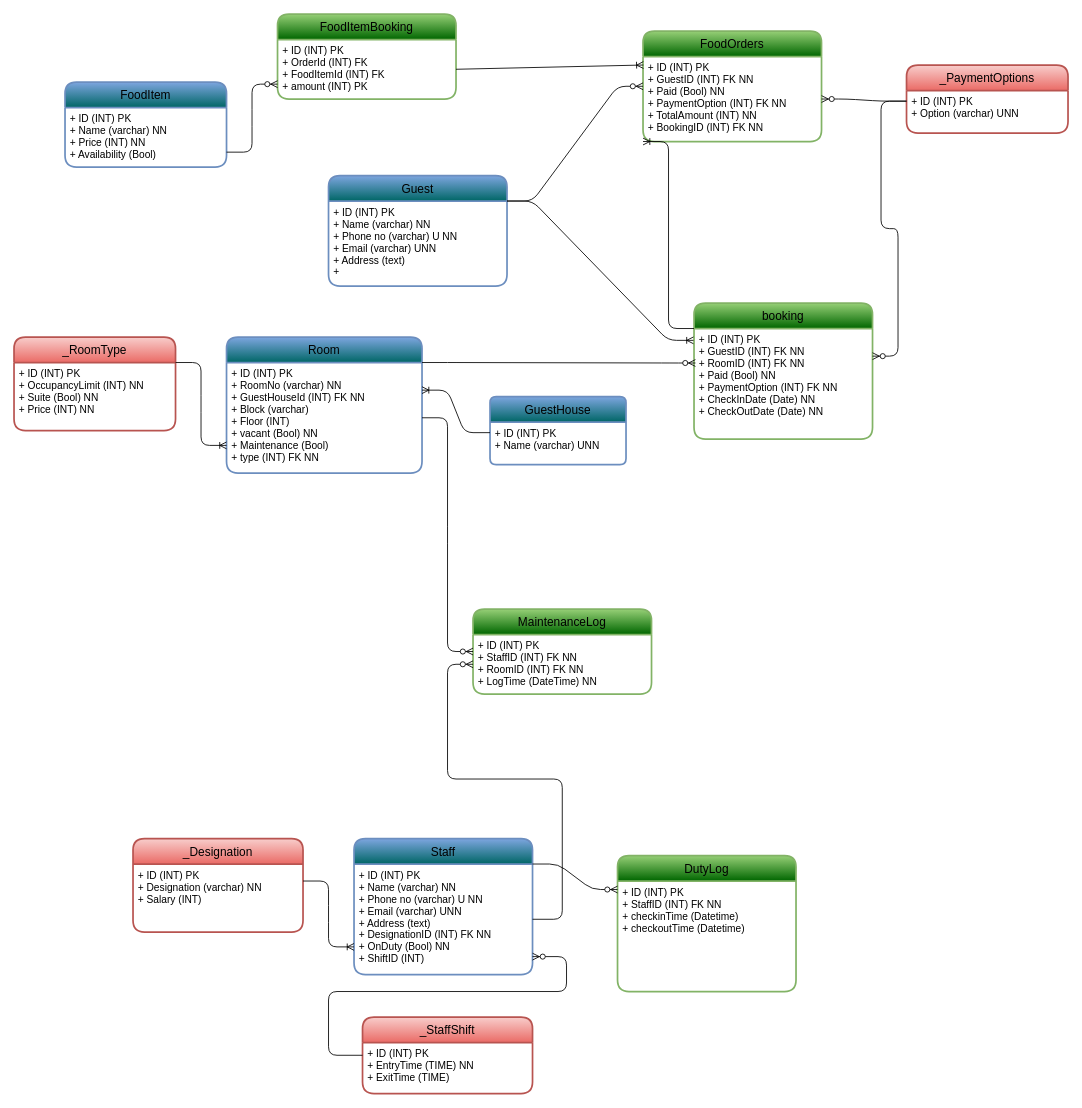
Before: page "GuestHouse Amenities" (1 of 2) of flowchat.drawio in RupakBiswas-2304/dbmsminiproject, a draw.io diagram. Source tidied: cells renumbered, new cells numbered last; positions are measured from the earlier drawing's top-left corner, leaving out a move shared by most shapes. Both pictures are drawn from the tidied source at 85%, with x=0, y=0 at pixel (14, 14).
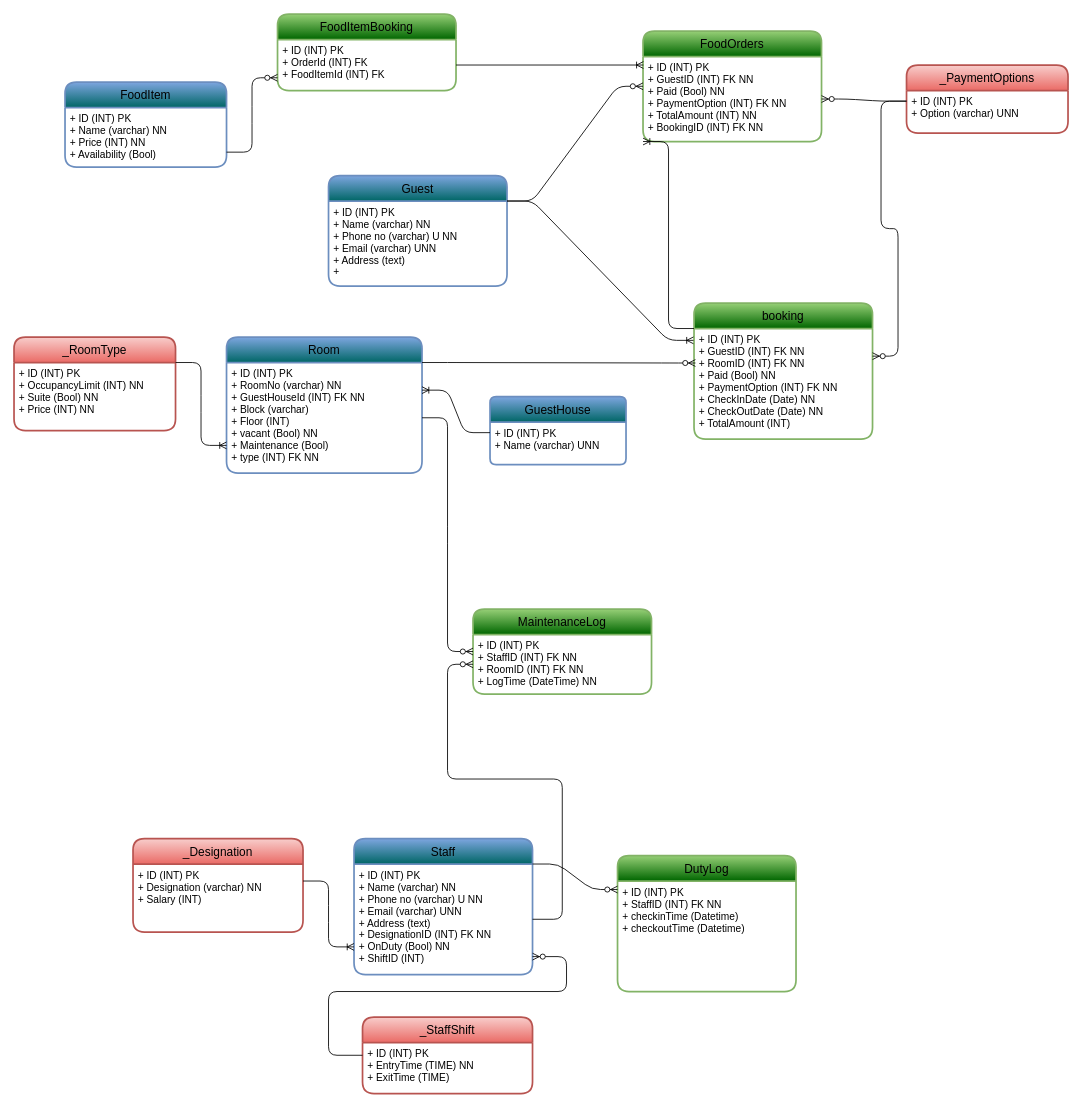
The same diagram, later.

Unchanged cells that the change refers to:
```xml
<mxCell id="8" value="booking" style="swimlane;horizontal=1;startSize=30;rounded=1;fontSize=14;fontStyle=0;strokeWidth=2;shadow=0;dashed=0;align=center;fontFamily=JetBrains Mono;fillColor=#006600;strokeColor=#82b366;gradientColor=#97d077;gradientDirection=north;" parent="1" vertex="1">
  <mxGeometry x="800" y="340" width="210" height="160" as="geometry" />
</mxCell>
```

Diff of the diagram source:
```diff
@@
-    <mxCell id="9" value="+ ID (INT) PK&#10;+ GuestID (INT) FK NN&#10;+ RoomID (INT) FK NN&#10;+ Paid (Bool) NN&#10;+ PaymentOption (INT) FK NN&#10;+ CheckInDate (Date) NN&#10;+ CheckOutDate (Date) NN" style="align=left;strokeColor=none;fillColor=none;spacingLeft=4;fontSize=12;verticalAlign=top;fontFamily=JetBrains Mono;" parent="8" vertex="1">
+    <mxCell id="9" value="+ ID (INT) PK&#10;+ GuestID (INT) FK NN&#10;+ RoomID (INT) FK NN&#10;+ Paid (Bool) NN&#10;+ PaymentOption (INT) FK NN&#10;+ CheckInDate (Date) NN&#10;+ CheckOutDate (Date) NN&#10;+ TotalAmount (INT)" style="align=left;strokeColor=none;fillColor=none;spacingLeft=4;fontSize=12;verticalAlign=top;fontFamily=JetBrains Mono;" parent="8" vertex="1">
       <mxGeometry y="30" width="210" height="130" as="geometry" />
     </mxCell>
@@
     <mxCell id="20" value="FoodItemBooking" style="swimlane;horizontal=1;startSize=30;rounded=1;fontSize=14;fontStyle=0;strokeWidth=2;shadow=0;dashed=0;align=center;fontFamily=JetBrains Mono;fillColor=#006600;strokeColor=#82b366;gradientColor=#97d077;gradientDirection=north;" parent="1" vertex="1">
-      <mxGeometry x="310" width="210" height="100" as="geometry" />
+      <mxGeometry x="310" width="210" height="90" as="geometry" />
     </mxCell>
-    <mxCell id="21" value="+ ID (INT) PK&#10;+ OrderId (INT) FK&#10;+ FoodItemId (INT) FK&#10;+ amount (INT) PK " style="align=left;strokeColor=none;fillColor=none;spacingLeft=4;fontSize=12;verticalAlign=top;fontFamily=JetBrains Mono;" parent="20" vertex="1">
-      <mxGeometry y="30" width="210" height="70" as="geometry" />
+    <mxCell id="21" value="+ ID (INT) PK&#10;+ OrderId (INT) FK&#10;+ FoodItemId (INT) FK" style="align=left;strokeColor=none;fillColor=none;spacingLeft=4;fontSize=12;verticalAlign=top;fontFamily=JetBrains Mono;" parent="20" vertex="1">
+      <mxGeometry y="30" width="210" height="60" as="geometry" />
     </mxCell>
```
